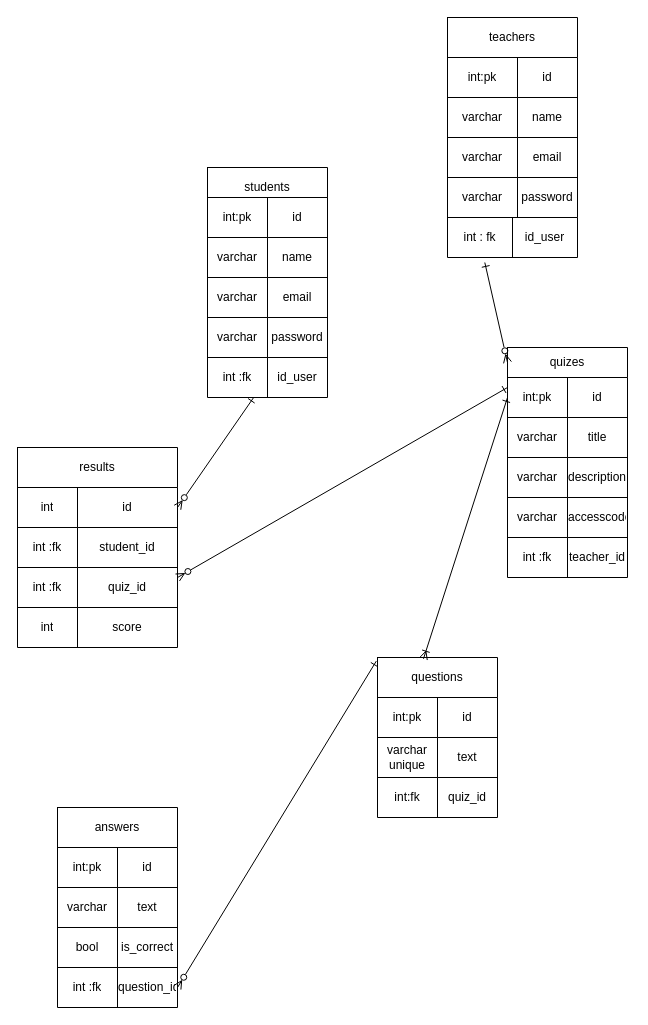
Before: src/fichier.drawio in ennafiaasma-art/EduQuiz-Application-de-Quiz, a draw.io diagram. Source tidied: cells renumbered, new cells numbered last; positions are measured from the earlier drawing's top-left corner, leaving out a move shared by most shapes. Both pictures are drawn from the tidied source at 100%, with x=0, y=0 at pixel (17, 17).
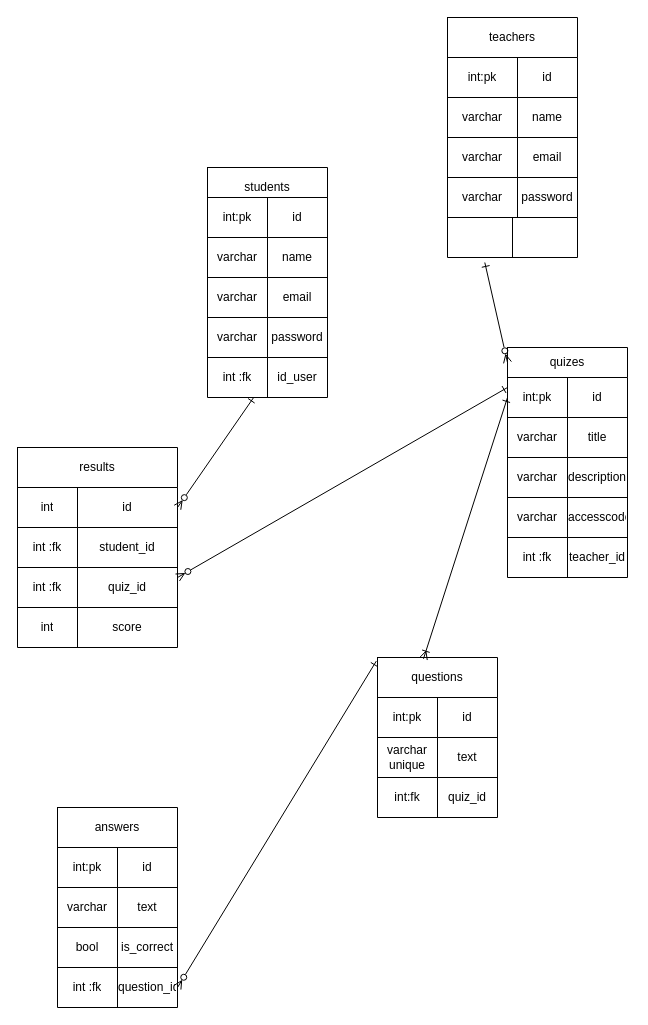
The same diagram, later.

Unchanged cells that the change refers to:
```xml
<mxCell id="107" style="shape=tableRow;horizontal=0;startSize=0;swimlaneHead=0;swimlaneBody=0;strokeColor=inherit;top=0;left=0;bottom=0;right=0;fillColor=none;points=[[0,0.5],[1,0.5]];portConstraint=eastwest;" parent="106" vertex="1">
  <mxGeometry width="130" height="40" as="geometry" />
</mxCell>
```

Change to the diagram source:
```diff
@@
-    <mxCell id="108" value="int : fk" style="shape=partialRectangle;html=1;whiteSpace=wrap;strokeColor=inherit;overflow=hidden;fillColor=none;top=0;left=0;bottom=0;right=0;" parent="107" vertex="1">
+    <mxCell id="108" style="shape=partialRectangle;html=1;whiteSpace=wrap;strokeColor=inherit;overflow=hidden;fillColor=none;top=0;left=0;bottom=0;right=0;" parent="107" vertex="1">
       <mxGeometry width="65" height="40" as="geometry" />
     </mxCell>
-    <mxCell id="109" value="id_user" style="shape=partialRectangle;html=1;whiteSpace=wrap;strokeColor=inherit;overflow=hidden;fillColor=none;top=0;left=0;bottom=0;right=0;" parent="107" vertex="1">
+    <mxCell id="109" style="shape=partialRectangle;html=1;whiteSpace=wrap;strokeColor=inherit;overflow=hidden;fillColor=none;top=0;left=0;bottom=0;right=0;" parent="107" vertex="1">
       <mxGeometry x="65" width="65" height="40" as="geometry" />
     </mxCell>
```
